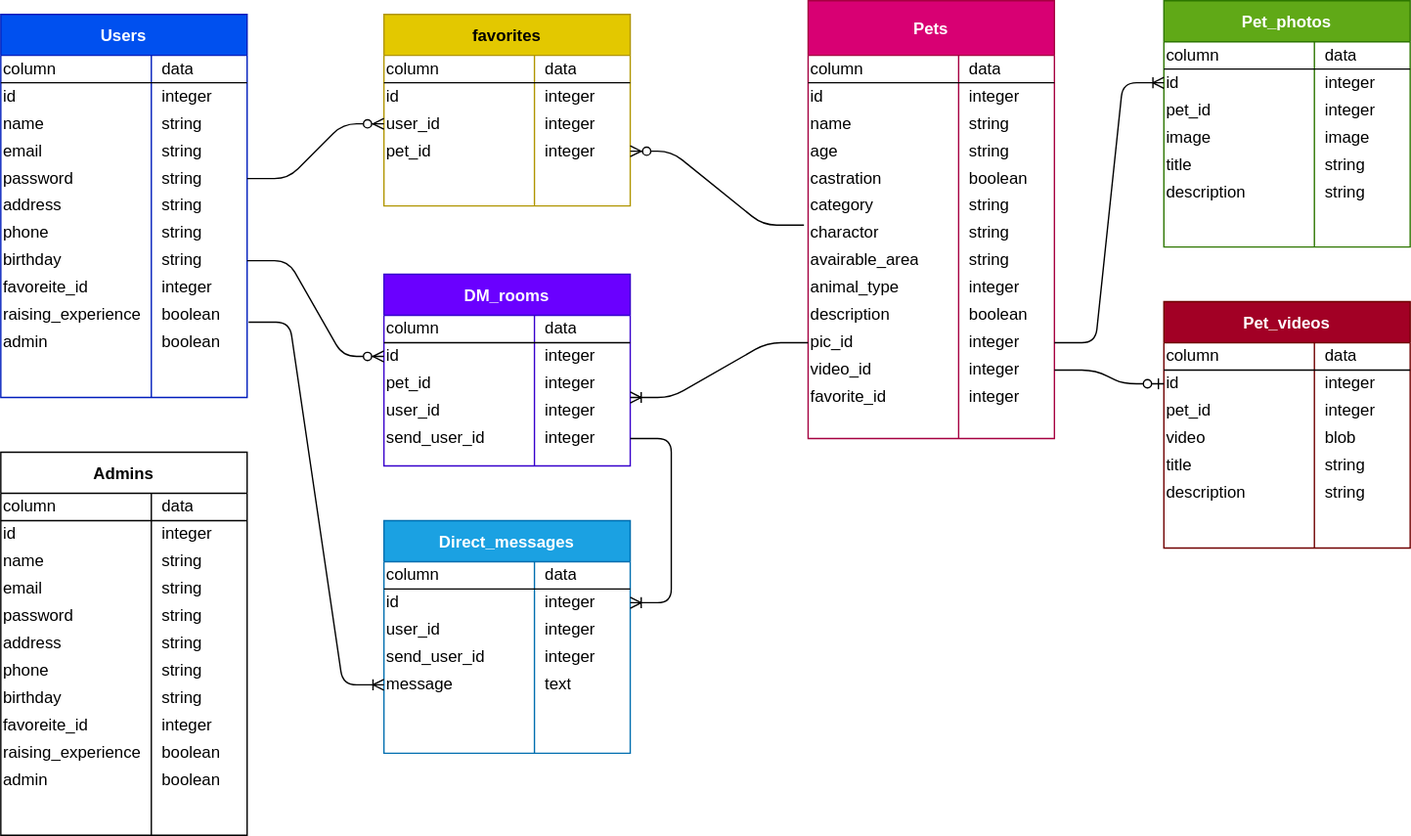
Earlier version of the draw.io export rubyemon.drawio.svg (yosnak13/rubyemon_entity_relationship_diagram). Source tidied: cells renumbered, new cells last; positions are measured from the earlier drawing's top-left corner, leaving out a move shared by most shapes.
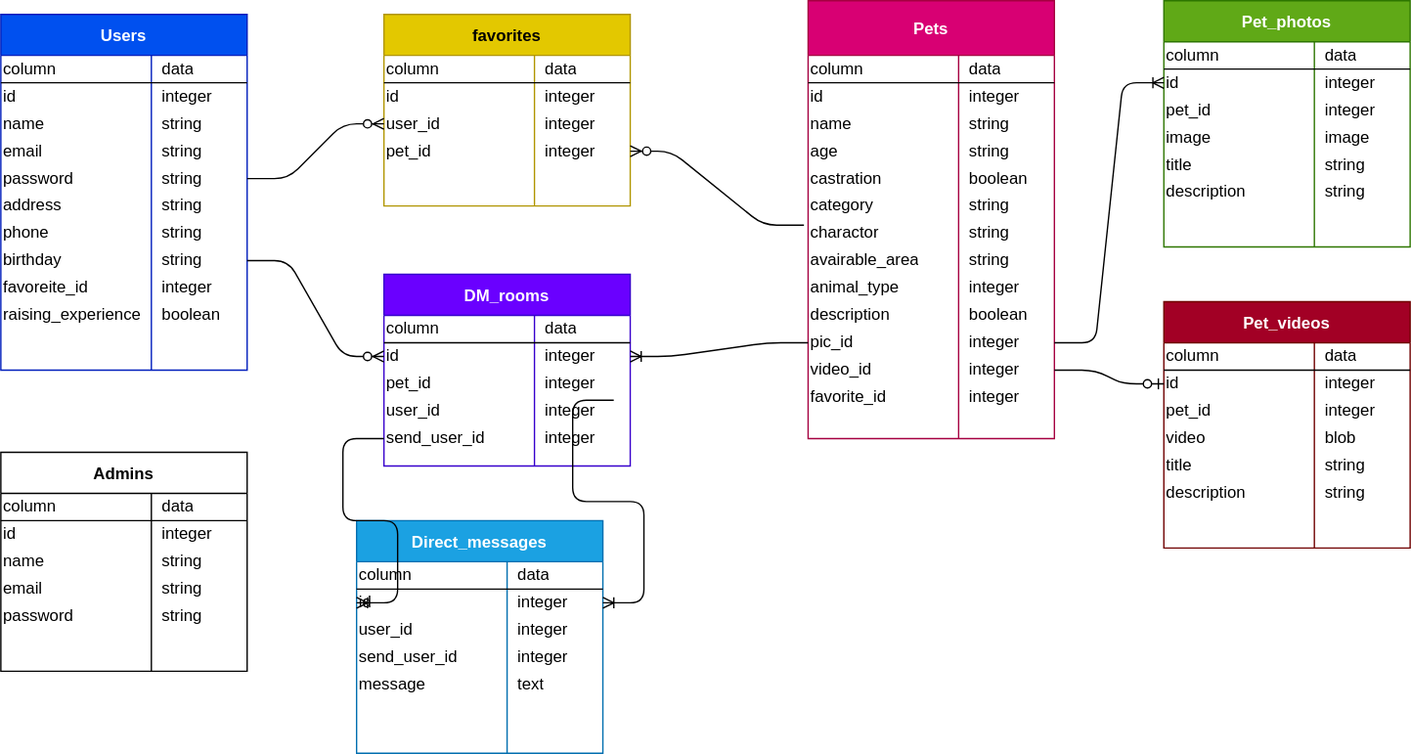
Above is the later version.

The edit, as a diff of the source:
```diff
@@ -3,7 +3,7 @@
     <mxCell id="0" />
     <mxCell id="1" parent="0" />
     <mxCell id="2" value="Users" style="shape=table;startSize=30;rowLines=0;fontStyle=1;align=center;labelBorderColor=none;labelBackgroundColor=none;fillColor=#0050ef;strokeColor=#001DBC;fontColor=#ffffff;" parent="1" vertex="1">
-      <mxGeometry y="10" width="180" height="280" as="geometry" />
+      <mxGeometry y="10" width="180" height="260" as="geometry" />
     </mxCell>
     <mxCell id="3" style="shape=partialRectangle;html=1;whiteSpace=wrap;fillColor=none;top=0;left=0;bottom=1;right=0;" parent="2" vertex="1">
       <mxGeometry y="30" width="180" height="20" as="geometry" />
@@ -95,15 +95,6 @@
     <mxCell id="32" value="boolean" style="shape=partialRectangle;html=1;whiteSpace=wrap;fillColor=none;top=0;left=0;bottom=0;right=0;align=left;spacingLeft=6;overflow=hidden;" parent="30" vertex="1">
       <mxGeometry x="110" width="70" height="20" as="geometry" />
     </mxCell>
-    <mxCell id="33" style="shape=partialRectangle;html=1;whiteSpace=wrap;fillColor=none;top=0;left=0;bottom=0;right=0;points=[[0,0.5],[1,0.5]];portConstraint=eastwest;" parent="2" vertex="1">
-      <mxGeometry y="230" width="180" height="20" as="geometry" />
-    </mxCell>
-    <mxCell id="34" value="admin" style="shape=partialRectangle;html=1;whiteSpace=wrap;fillColor=none;top=0;left=0;bottom=0;right=0;overflow=hidden;align=left;" parent="33" vertex="1">
-      <mxGeometry width="110" height="20" as="geometry" />
-    </mxCell>
-    <mxCell id="35" value="boolean" style="shape=partialRectangle;html=1;whiteSpace=wrap;fillColor=none;top=0;left=0;bottom=0;right=0;align=left;spacingLeft=6;overflow=hidden;" parent="33" vertex="1">
-      <mxGeometry x="110" width="70" height="20" as="geometry" />
-    </mxCell>
     <mxCell id="36" value="Pets" style="shape=table;startSize=40;rowLines=0;fontStyle=1;align=center;labelBorderColor=none;labelBackgroundColor=none;fillColor=#d80073;strokeColor=#A50040;fontColor=#ffffff;shadow=0;" parent="1" vertex="1">
       <mxGeometry x="590" width="180" height="320" as="geometry" />
     </mxCell>
@@ -390,7 +381,7 @@
       <mxGeometry relative="1" as="geometry" />
     </mxCell>
     <mxCell id="131" value="Direct_messages" style="shape=table;startSize=30;rowLines=0;fontStyle=1;align=center;labelBorderColor=none;labelBackgroundColor=none;fillColor=#1ba1e2;strokeColor=#006EAF;fontColor=#ffffff;" parent="1" vertex="1">
-      <mxGeometry x="280" y="380" width="180" height="170" as="geometry" />
+      <mxGeometry x="260" y="380" width="180" height="170" as="geometry" />
     </mxCell>
     <mxCell id="132" style="shape=partialRectangle;html=1;whiteSpace=wrap;fillColor=none;top=0;left=0;bottom=1;right=0;" parent="131" vertex="1">
       <mxGeometry y="30" width="180" height="20" as="geometry" />
@@ -497,17 +488,17 @@
     <mxCell id="166" style="edgeStyle=entityRelationEdgeStyle;fontSize=12;html=1;endArrow=ERzeroToMany;endFill=1;entryX=0;entryY=0.5;entryDx=0;entryDy=0;entryPerimeter=0;exitX=1;exitY=0.5;exitDx=0;exitDy=0;" parent="1" edge="1" source="24" target="154">
       <mxGeometry relative="1" as="geometry" />
     </mxCell>
-    <mxCell id="167" style="edgeStyle=entityRelationEdgeStyle;fontSize=12;html=1;endArrow=ERoneToMany;entryX=1;entryY=0;entryDx=0;entryDy=0;entryPerimeter=0;" parent="1" edge="1" source="67" target="160">
+    <mxCell id="167" style="edgeStyle=entityRelationEdgeStyle;fontSize=12;html=1;endArrow=ERoneToMany;" parent="1" edge="1" source="67" target="154">
       <mxGeometry relative="1" as="geometry" />
     </mxCell>
-    <mxCell id="168" style="edgeStyle=entityRelationEdgeStyle;fontSize=12;html=1;endArrow=ERoneToMany;exitX=1;exitY=0.5;exitDx=0;exitDy=0;" parent="1" edge="1" source="163" target="135">
+    <mxCell id="168" style="edgeStyle=entityRelationEdgeStyle;fontSize=12;html=1;endArrow=ERoneToMany;exitX=0.933;exitY=0.1;exitDx=0;exitDy=0;exitPerimeter=0;" parent="1" edge="1" source="160" target="135">
       <mxGeometry relative="1" as="geometry" />
     </mxCell>
-    <mxCell id="169" style="edgeStyle=entityRelationEdgeStyle;fontSize=12;html=1;endArrow=ERoneToMany;exitX=1.006;exitY=-0.25;exitDx=0;exitDy=0;exitPerimeter=0;" parent="1" edge="1" source="33" target="144">
+    <mxCell id="169" style="edgeStyle=entityRelationEdgeStyle;fontSize=12;html=1;endArrow=ERoneToMany;exitX=0;exitY=0.5;exitDx=0;exitDy=0;entryX=0;entryY=0.5;entryDx=0;entryDy=0;" parent="1" edge="1" source="163" target="135">
       <mxGeometry relative="1" as="geometry" />
     </mxCell>
     <mxCell id="170" value="Admins" style="shape=table;startSize=30;rowLines=0;fontStyle=1;align=center;labelBorderColor=none;labelBackgroundColor=none;" parent="1" vertex="1">
-      <mxGeometry y="330" width="180" height="280" as="geometry" />
+      <mxGeometry y="330" width="180" height="160" as="geometry" />
     </mxCell>
     <mxCell id="171" style="shape=partialRectangle;html=1;whiteSpace=wrap;fillColor=none;top=0;left=0;bottom=1;right=0;" parent="170" vertex="1">
       <mxGeometry y="30" width="180" height="20" as="geometry" />
@@ -554,59 +545,5 @@
     <mxCell id="185" value="string" style="shape=partialRectangle;html=1;whiteSpace=wrap;fillColor=none;top=0;left=0;bottom=0;right=0;align=left;spacingLeft=6;overflow=hidden;" parent="183" vertex="1">
       <mxGeometry x="110" width="70" height="20" as="geometry" />
     </mxCell>
-    <mxCell id="186" style="shape=partialRectangle;html=1;whiteSpace=wrap;fillColor=none;top=0;left=0;bottom=0;right=0;" parent="170" vertex="1">
-      <mxGeometry y="130" width="180" height="20" as="geometry" />
-    </mxCell>
-    <mxCell id="187" value="address" style="shape=partialRectangle;html=1;whiteSpace=wrap;fillColor=none;top=0;left=0;bottom=0;right=0;overflow=hidden;align=left;" parent="186" vertex="1">
-      <mxGeometry width="110" height="20" as="geometry" />
-    </mxCell>
-    <mxCell id="188" value="string" style="shape=partialRectangle;html=1;whiteSpace=wrap;fillColor=none;top=0;left=0;bottom=0;right=0;align=left;spacingLeft=6;overflow=hidden;" parent="186" vertex="1">
-      <mxGeometry x="110" width="70" height="20" as="geometry" />
-    </mxCell>
-    <mxCell id="189" style="shape=partialRectangle;html=1;whiteSpace=wrap;fillColor=none;top=0;left=0;bottom=0;right=0;" parent="170" vertex="1">
-      <mxGeometry y="150" width="180" height="20" as="geometry" />
-    </mxCell>
-    <mxCell id="190" value="phone" style="shape=partialRectangle;html=1;whiteSpace=wrap;fillColor=none;top=0;left=0;bottom=0;right=0;overflow=hidden;align=left;" parent="189" vertex="1">
-      <mxGeometry width="110" height="20" as="geometry" />
-    </mxCell>
-    <mxCell id="191" value="string" style="shape=partialRectangle;html=1;whiteSpace=wrap;fillColor=none;top=0;left=0;bottom=0;right=0;align=left;spacingLeft=6;overflow=hidden;" parent="189" vertex="1">
-      <mxGeometry x="110" width="70" height="20" as="geometry" />
-    </mxCell>
-    <mxCell id="192" style="shape=partialRectangle;html=1;whiteSpace=wrap;fillColor=none;top=0;left=0;bottom=0;right=0;" parent="170" vertex="1">
-      <mxGeometry y="170" width="180" height="20" as="geometry" />
-    </mxCell>
-    <mxCell id="193" value="birthday" style="shape=partialRectangle;html=1;whiteSpace=wrap;fillColor=none;top=0;left=0;bottom=0;right=0;overflow=hidden;align=left;" parent="192" vertex="1">
-      <mxGeometry width="110" height="20" as="geometry" />
-    </mxCell>
-    <mxCell id="194" value="string" style="shape=partialRectangle;html=1;whiteSpace=wrap;fillColor=none;top=0;left=0;bottom=0;right=0;align=left;spacingLeft=6;overflow=hidden;" parent="192" vertex="1">
-      <mxGeometry x="110" width="70" height="20" as="geometry" />
-    </mxCell>
-    <mxCell id="195" style="shape=partialRectangle;html=1;whiteSpace=wrap;fillColor=none;top=0;left=0;bottom=0;right=0;" parent="170" vertex="1">
-      <mxGeometry y="190" width="180" height="20" as="geometry" />
-    </mxCell>
-    <mxCell id="196" value="favoreite_id" style="shape=partialRectangle;html=1;whiteSpace=wrap;fillColor=none;top=0;left=0;bottom=0;right=0;overflow=hidden;align=left;" parent="195" vertex="1">
-      <mxGeometry width="110" height="20" as="geometry" />
-    </mxCell>
-    <mxCell id="197" value="integer" style="shape=partialRectangle;html=1;whiteSpace=wrap;fillColor=none;top=0;left=0;bottom=0;right=0;align=left;spacingLeft=6;overflow=hidden;" parent="195" vertex="1">
-      <mxGeometry x="110" width="70" height="20" as="geometry" />
-    </mxCell>
-    <mxCell id="198" style="shape=partialRectangle;html=1;whiteSpace=wrap;fillColor=none;top=0;left=0;bottom=0;right=0;" parent="170" vertex="1">
-      <mxGeometry y="210" width="180" height="20" as="geometry" />
-    </mxCell>
-    <mxCell id="199" value="raising_experience" style="shape=partialRectangle;html=1;whiteSpace=wrap;fillColor=none;top=0;left=0;bottom=0;right=0;overflow=hidden;align=left;" parent="198" vertex="1">
-      <mxGeometry width="110" height="20" as="geometry" />
-    </mxCell>
-    <mxCell id="200" value="boolean" style="shape=partialRectangle;html=1;whiteSpace=wrap;fillColor=none;top=0;left=0;bottom=0;right=0;align=left;spacingLeft=6;overflow=hidden;" parent="198" vertex="1">
-      <mxGeometry x="110" width="70" height="20" as="geometry" />
-    </mxCell>
-    <mxCell id="201" style="shape=partialRectangle;html=1;whiteSpace=wrap;fillColor=none;top=0;left=0;bottom=0;right=0;" parent="170" vertex="1">
-      <mxGeometry y="230" width="180" height="20" as="geometry" />
-    </mxCell>
-    <mxCell id="202" value="admin" style="shape=partialRectangle;html=1;whiteSpace=wrap;fillColor=none;top=0;left=0;bottom=0;right=0;overflow=hidden;align=left;" parent="201" vertex="1">
-      <mxGeometry width="110" height="20" as="geometry" />
-    </mxCell>
-    <mxCell id="203" value="boolean" style="shape=partialRectangle;html=1;whiteSpace=wrap;fillColor=none;top=0;left=0;bottom=0;right=0;align=left;spacingLeft=6;overflow=hidden;" parent="201" vertex="1">
-      <mxGeometry x="110" width="70" height="20" as="geometry" />
-    </mxCell>
   </root>
 </mxGraphModel>
```
